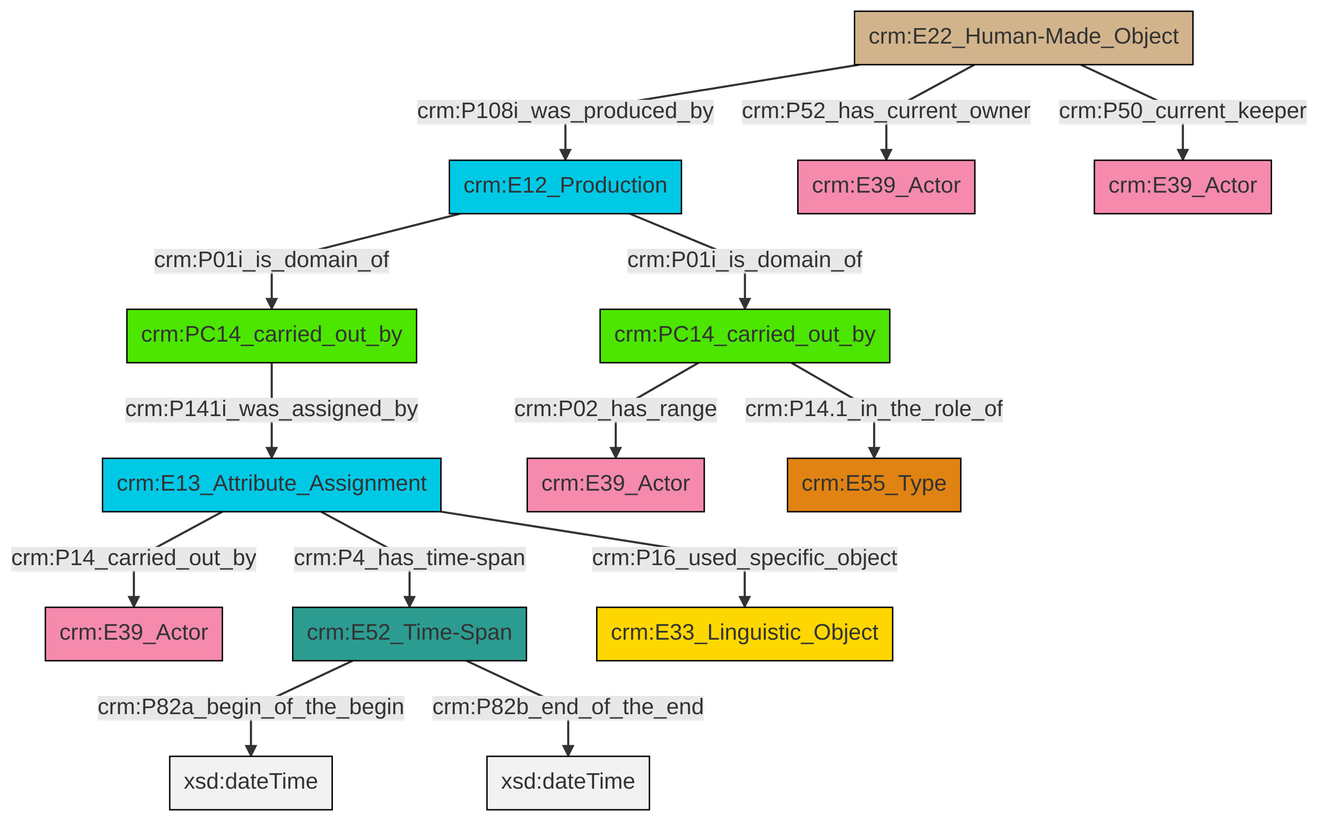
Earlier version of the Mermaid export et/carrierCSV/ttl/mmd/png/carrier_relations.png (swiss-art-research-net/docs.swissartresearch). Its source is kept beside it as et/carrierCSV/ttl/mmd/carrier_relations.ttl.mmd.
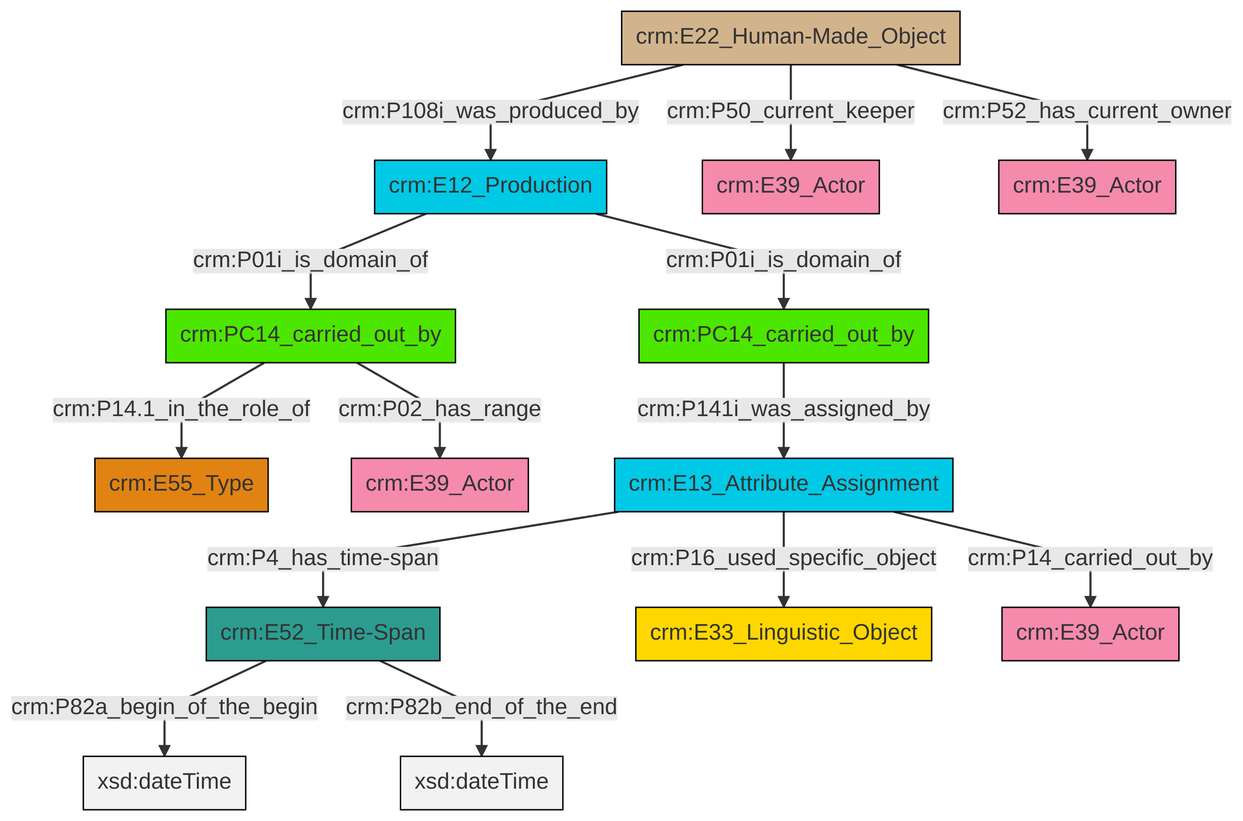
The same file after the commit.

Change to the diagram source:
```diff
@@ -13,16 +13,16 @@
 classDef PC_Classes fill:#4ce600, stroke:#000000;
 classDef Multi fill:#cccccc,stroke:#000000;
 
-0["crm:E12_Production"]:::Temporal_Entity -->|crm:P01i_is_domain_of| 1["crm:PC14_carried_out_by"]:::PC_Classes
-2["crm:E22_Human-Made_Object"]:::Physical_Thing -->|crm:P108i_was_produced_by| 0["crm:E12_Production"]:::Temporal_Entity
-2["crm:E22_Human-Made_Object"]:::Physical_Thing -->|crm:P52_has_current_owner| 3["crm:E39_Actor"]:::Actor
-1["crm:PC14_carried_out_by"]:::PC_Classes -->|crm:P141i_was_assigned_by| 8["crm:E13_Attribute_Assignment"]:::Temporal_Entity
-14["crm:PC14_carried_out_by"]:::PC_Classes -->|crm:P02_has_range| 5["crm:E39_Actor"]:::Actor
-18["crm:E52_Time-Span"]:::Time-Span -->|crm:P82a_begin_of_the_begin| 21[xsd:dateTime]:::Literal
-8["crm:E13_Attribute_Assignment"]:::Temporal_Entity -->|crm:P14_carried_out_by| 22["crm:E39_Actor"]:::Actor
-8["crm:E13_Attribute_Assignment"]:::Temporal_Entity -->|crm:P4_has_time-span| 18["crm:E52_Time-Span"]:::Time-Span
-8["crm:E13_Attribute_Assignment"]:::Temporal_Entity -->|crm:P16_used_specific_object| 12["crm:E33_Linguistic_Object"]:::Conceptual_Object
-2["crm:E22_Human-Made_Object"]:::Physical_Thing -->|crm:P50_current_keeper| 16["crm:E39_Actor"]:::Actor
-0["crm:E12_Production"]:::Temporal_Entity -->|crm:P01i_is_domain_of| 14["crm:PC14_carried_out_by"]:::PC_Classes
-18["crm:E52_Time-Span"]:::Time-Span -->|crm:P82b_end_of_the_end| 25[xsd:dateTime]:::Literal
-14["crm:PC14_carried_out_by"]:::PC_Classes -->|crm:P14.1_in_the_role_of| 9["crm:E55_Type"]:::Type
+4["crm:E12_Production"]:::Temporal_Entity -->|crm:P01i_is_domain_of| 5["crm:PC14_carried_out_by"]:::PC_Classes
+5["crm:PC14_carried_out_by"]:::PC_Classes -->|crm:P141i_was_assigned_by| 6["crm:E13_Attribute_Assignment"]:::Temporal_Entity
+9["crm:E52_Time-Span"]:::Time-Span -->|crm:P82a_begin_of_the_begin| 10[xsd:dateTime]:::Literal
+6["crm:E13_Attribute_Assignment"]:::Temporal_Entity -->|crm:P4_has_time-span| 9["crm:E52_Time-Span"]:::Time-Span
+12["crm:E22_Human-Made_Object"]:::Physical_Thing -->|crm:P108i_was_produced_by| 4["crm:E12_Production"]:::Temporal_Entity
+6["crm:E13_Attribute_Assignment"]:::Temporal_Entity -->|crm:P16_used_specific_object| 13["crm:E33_Linguistic_Object"]:::Conceptual_Object
+9["crm:E52_Time-Span"]:::Time-Span -->|crm:P82b_end_of_the_end| 14[xsd:dateTime]:::Literal
+12["crm:E22_Human-Made_Object"]:::Physical_Thing -->|crm:P50_current_keeper| 16["crm:E39_Actor"]:::Actor
+17["crm:PC14_carried_out_by"]:::PC_Classes -->|crm:P02_has_range| 2["crm:E39_Actor"]:::Actor
+17["crm:PC14_carried_out_by"]:::PC_Classes -->|crm:P14.1_in_the_role_of| 0["crm:E55_Type"]:::Type
+6["crm:E13_Attribute_Assignment"]:::Temporal_Entity -->|crm:P14_carried_out_by| 20["crm:E39_Actor"]:::Actor
+12["crm:E22_Human-Made_Object"]:::Physical_Thing -->|crm:P52_has_current_owner| 21["crm:E39_Actor"]:::Actor
+4["crm:E12_Production"]:::Temporal_Entity -->|crm:P01i_is_domain_of| 17["crm:PC14_carried_out_by"]:::PC_Classes
```
